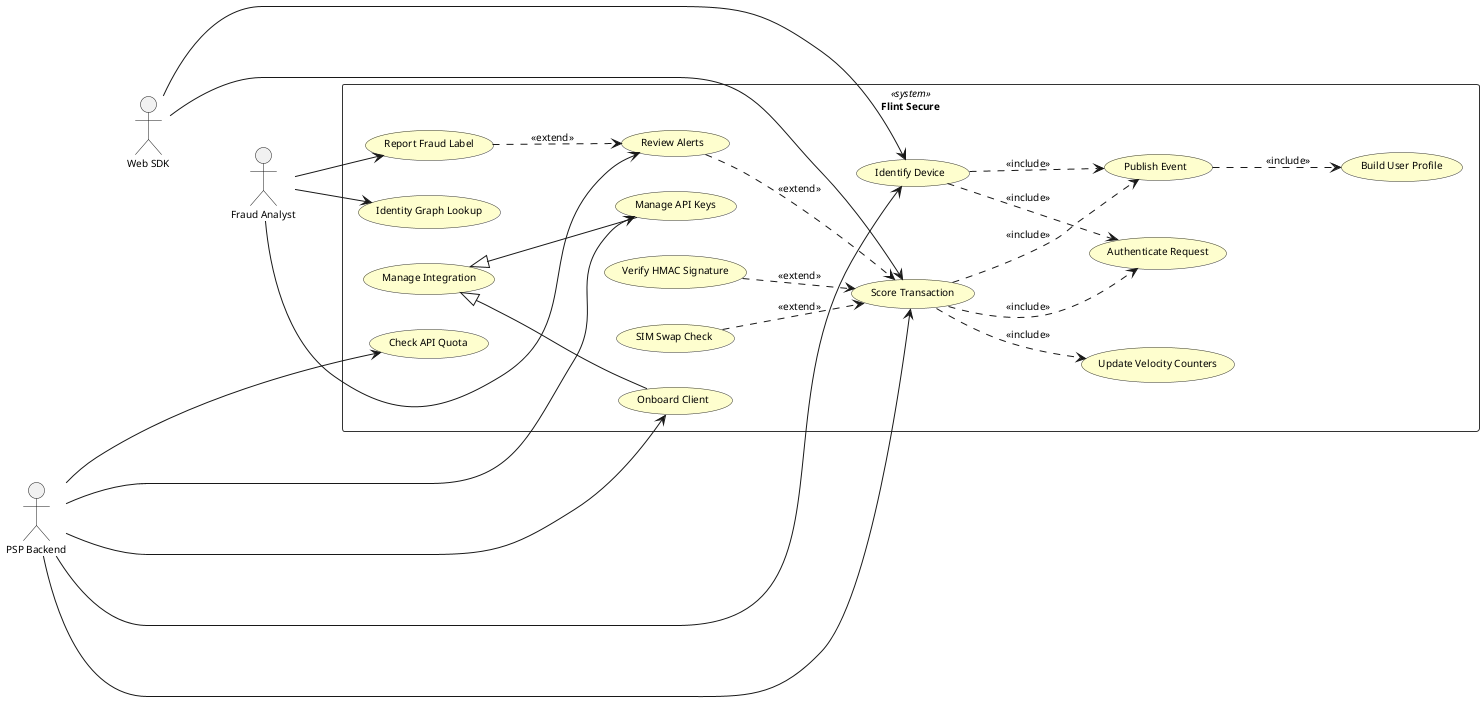
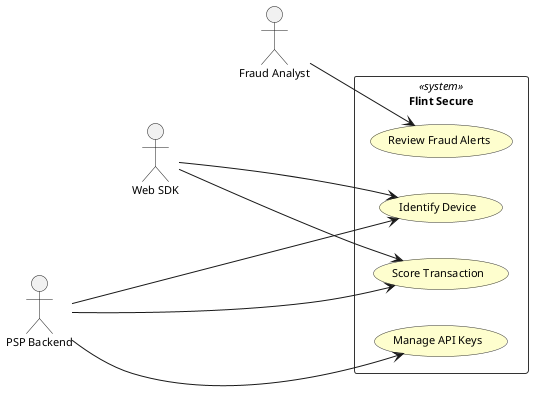
@startuml 01-use-case
- ' UML 2.0 use case diagram — three primary actors
- ' https://www.geeksforgeeks.org/system-design/use-case-diagram/
+ ' Simplified use case diagram — three actors, core flows only
left to right direction
skinparam shadowing false
- skinparam defaultFontSize 10
+ skinparam defaultFontSize 11
skinparam actorStyle stickman
skinparam usecase {
  BackgroundColor #FEFECE
  BorderColor #333333
}
skinparam rectangle {
  BorderColor #333333
  BackgroundColor #FFFFFF
}

actor "PSP Backend" as PSP
actor "Web SDK" as SDK
actor "Fraud Analyst" as FA
PSP -[hidden]down- SDK
SDK -[hidden]down- FA

rectangle "Flint Secure" <<system>> {
- 
  (Identify Device) as UC1
  (Score Transaction) as UC2
-   (Review Alerts) as UC3
-   (Identity Graph Lookup) as UC6
-   (Check API Quota) as UC7
- 
-   (Manage Integration) as UCM
-   (Manage API Keys) as UC4
-   (Onboard Client) as UC5
-   UCM <|-- UC4
-   UCM <|-- UC5
- 
-   (Authenticate Request) as UC_AUTH
-   (Publish Event) as UC_PUB
-   (Update Velocity Counters) as UC_VEL
-   (Build User Profile) as UC_PROF
- 
-   UC1 ..> UC_AUTH : <<include>>
-   UC2 ..> UC_AUTH : <<include>>
-   UC1 ..> UC_PUB : <<include>>
-   UC2 ..> UC_PUB : <<include>>
-   UC2 ..> UC_VEL : <<include>>
-   UC_PUB ..> UC_PROF : <<include>>
- 
-   (Verify HMAC Signature) as UC_HMAC
-   (SIM Swap Check) as UC_SIM
-   (Report Fraud Label) as UC_FRAUD
- 
-   UC_HMAC ..> UC2 : <<extend>>
-   UC_SIM ..> UC2 : <<extend>>
-   UC3 ..> UC2 : <<extend>>
-   UC_FRAUD ..> UC3 : <<extend>>
+   (Manage API Keys) as UC3
+   (Review Fraud Alerts) as UC4
}

PSP --> UC1
PSP --> UC2
- PSP --> UC4
- PSP --> UC5
- PSP --> UC7
+ PSP --> UC3
SDK --> UC1
SDK --> UC2
- FA --> UC3
- FA --> UC6
- FA --> UC_FRAUD
+ FA --> UC4

@enduml
